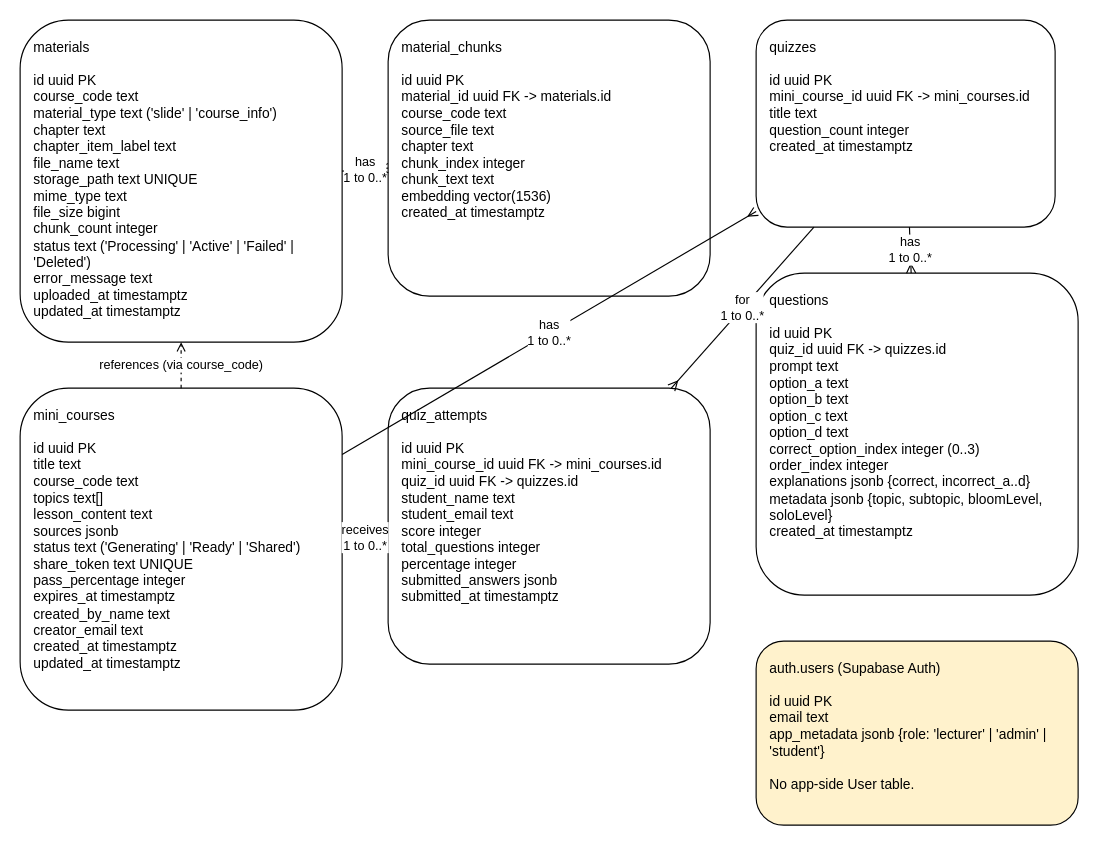
The draw.io diagram documents_psm2/diagrams_source/SRS/drawio/domain_model_ces_sail.drawio in aree6/Quizify, before the edit. Source tidied: cells renumbered, new cells numbered last; positions are measured from the earlier drawing's top-left corner, leaving out a move shared by most shapes. Both pictures are drawn from the tidied source at 115%, with x=0, y=0 at pixel (20, 20).
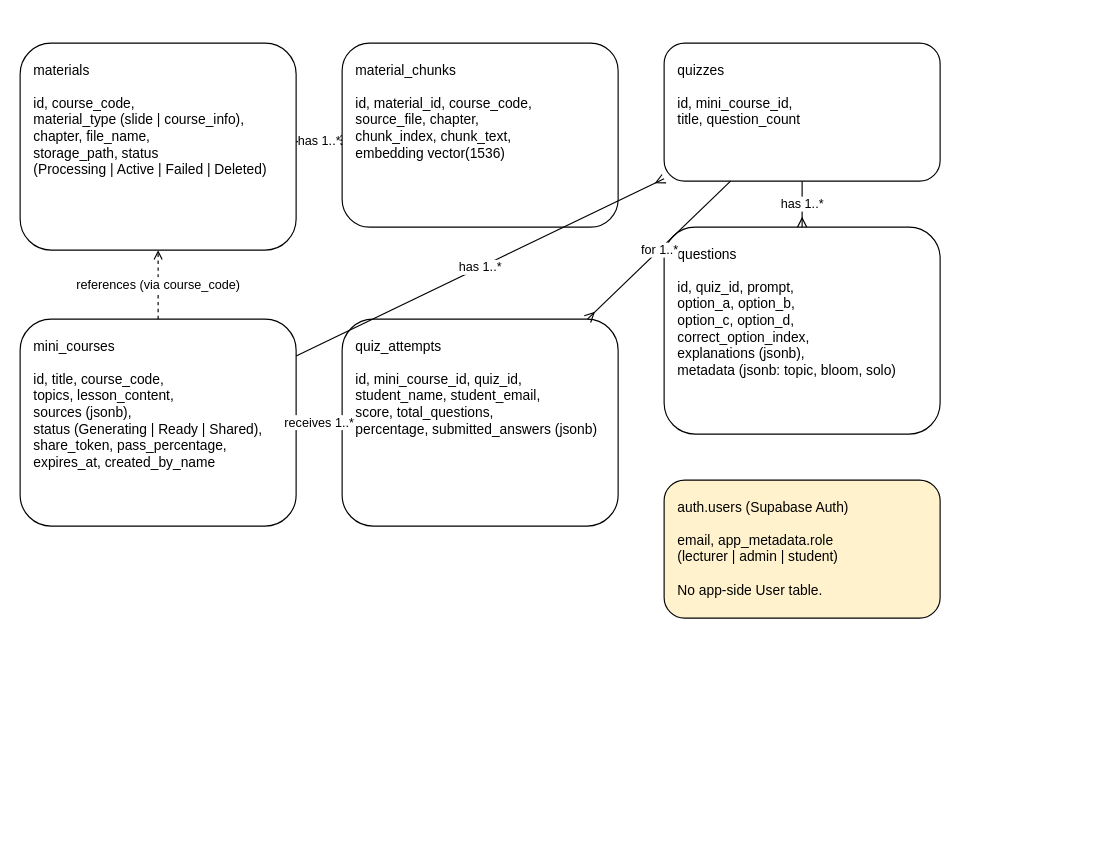
The same page after the edit.

Change to the diagram source:
```diff
@@
 <mxGraphModel>
   <root>
     <mxCell id="0" />
     <mxCell id="1" parent="0" />
-    <mxCell id="2" value="materials&#10;&#10;id              uuid PK&#10;course_code     text&#10;material_type   text  ('slide' | 'course_info')&#10;chapter         text&#10;chapter_item_label text&#10;file_name       text&#10;storage_path    text UNIQUE&#10;mime_type       text&#10;file_size       bigint&#10;chunk_count     integer&#10;status          text  ('Processing' | 'Active' | 'Failed' | 'Deleted')&#10;error_message   text&#10;uploaded_at     timestamptz&#10;updated_at      timestamptz" style="rounded=1;whiteSpace=wrap;html=1;align=left;verticalAlign=top;spacingLeft=10;spacingTop=10;strokeColor=#000000;fillColor=#ffffff;" parent="1" vertex="1">
-      <mxGeometry width="280" height="280" as="geometry" />
+    <mxCell id="2" value="materials&#10;&#10;id, course_code,&#10;material_type (slide | course_info),&#10;chapter, file_name,&#10;storage_path, status&#10;(Processing | Active | Failed | Deleted)" style="rounded=1;whiteSpace=wrap;html=1;align=left;verticalAlign=top;spacingLeft=10;spacingTop=10;strokeColor=#000000;fillColor=#ffffff;" parent="1" vertex="1">
+      <mxGeometry y="20" width="240" height="180" as="geometry" />
     </mxCell>
-    <mxCell id="3" value="material_chunks&#10;&#10;id            uuid PK&#10;material_id   uuid FK -&gt; materials.id&#10;course_code   text&#10;source_file   text&#10;chapter       text&#10;chunk_index   integer&#10;chunk_text    text&#10;embedding     vector(1536)&#10;created_at    timestamptz" style="rounded=1;whiteSpace=wrap;html=1;align=left;verticalAlign=top;spacingLeft=10;spacingTop=10;strokeColor=#000000;fillColor=#ffffff;" parent="1" vertex="1">
-      <mxGeometry x="320" width="280" height="240" as="geometry" />
+    <mxCell id="3" value="material_chunks&#10;&#10;id, material_id, course_code,&#10;source_file, chapter,&#10;chunk_index, chunk_text,&#10;embedding vector(1536)" style="rounded=1;whiteSpace=wrap;html=1;align=left;verticalAlign=top;spacingLeft=10;spacingTop=10;strokeColor=#000000;fillColor=#ffffff;" parent="1" vertex="1">
+      <mxGeometry x="280" y="20" width="240" height="160" as="geometry" />
     </mxCell>
-    <mxCell id="4" value="mini_courses&#10;&#10;id              uuid PK&#10;title           text&#10;course_code     text&#10;topics          text[]&#10;lesson_content  text&#10;sources         jsonb&#10;status          text  ('Generating' | 'Ready' | 'Shared')&#10;share_token     text UNIQUE&#10;pass_percentage integer&#10;expires_at      timestamptz&#10;created_by_name text&#10;creator_email   text&#10;created_at      timestamptz&#10;updated_at      timestamptz" style="rounded=1;whiteSpace=wrap;html=1;align=left;verticalAlign=top;spacingLeft=10;spacingTop=10;strokeColor=#000000;fillColor=#ffffff;" parent="1" vertex="1">
-      <mxGeometry y="320" width="280" height="280" as="geometry" />
+    <mxCell id="4" value="mini_courses&#10;&#10;id, title, course_code,&#10;topics, lesson_content,&#10;sources (jsonb),&#10;status (Generating | Ready | Shared),&#10;share_token, pass_percentage,&#10;expires_at, created_by_name" style="rounded=1;whiteSpace=wrap;html=1;align=left;verticalAlign=top;spacingLeft=10;spacingTop=10;strokeColor=#000000;fillColor=#ffffff;" parent="1" vertex="1">
+      <mxGeometry y="260" width="240" height="180" as="geometry" />
     </mxCell>
-    <mxCell id="5" value="quizzes&#10;&#10;id              uuid PK&#10;mini_course_id  uuid FK -&gt; mini_courses.id&#10;title           text&#10;question_count  integer&#10;created_at      timestamptz" style="rounded=1;whiteSpace=wrap;html=1;align=left;verticalAlign=top;spacingLeft=10;spacingTop=10;strokeColor=#000000;fillColor=#ffffff;" parent="1" vertex="1">
-      <mxGeometry x="640" width="260" height="180" as="geometry" />
+    <mxCell id="5" value="quizzes&#10;&#10;id, mini_course_id,&#10;title, question_count" style="rounded=1;whiteSpace=wrap;html=1;align=left;verticalAlign=top;spacingLeft=10;spacingTop=10;strokeColor=#000000;fillColor=#ffffff;" parent="1" vertex="1">
+      <mxGeometry x="560" y="20" width="240" height="120" as="geometry" />
     </mxCell>
-    <mxCell id="6" value="questions&#10;&#10;id                    uuid PK&#10;quiz_id               uuid FK -&gt; quizzes.id&#10;prompt                text&#10;option_a              text&#10;option_b              text&#10;option_c              text&#10;option_d              text&#10;correct_option_index  integer  (0..3)&#10;order_index           integer&#10;explanations          jsonb    {correct, incorrect_a..d}&#10;metadata              jsonb    {topic, subtopic, bloomLevel, soloLevel}&#10;created_at            timestamptz" style="rounded=1;whiteSpace=wrap;html=1;align=left;verticalAlign=top;spacingLeft=10;spacingTop=10;strokeColor=#000000;fillColor=#ffffff;" parent="1" vertex="1">
-      <mxGeometry x="640" y="220" width="280" height="280" as="geometry" />
+    <mxCell id="6" value="questions&#10;&#10;id, quiz_id, prompt,&#10;option_a, option_b,&#10;option_c, option_d,&#10;correct_option_index,&#10;explanations (jsonb),&#10;metadata (jsonb: topic, bloom, solo)" style="rounded=1;whiteSpace=wrap;html=1;align=left;verticalAlign=top;spacingLeft=10;spacingTop=10;strokeColor=#000000;fillColor=#ffffff;" parent="1" vertex="1">
+      <mxGeometry x="560" y="180" width="240" height="180" as="geometry" />
     </mxCell>
-    <mxCell id="7" value="quiz_attempts&#10;&#10;id                 uuid PK&#10;mini_course_id     uuid FK -&gt; mini_courses.id&#10;quiz_id            uuid FK -&gt; quizzes.id&#10;student_name       text&#10;student_email      text&#10;score              integer&#10;total_questions    integer&#10;percentage         integer&#10;submitted_answers  jsonb&#10;submitted_at       timestamptz" style="rounded=1;whiteSpace=wrap;html=1;align=left;verticalAlign=top;spacingLeft=10;spacingTop=10;strokeColor=#000000;fillColor=#ffffff;" parent="1" vertex="1">
-      <mxGeometry x="320" y="320" width="280" height="240" as="geometry" />
+    <mxCell id="7" value="quiz_attempts&#10;&#10;id, mini_course_id, quiz_id,&#10;student_name, student_email,&#10;score, total_questions,&#10;percentage, submitted_answers (jsonb)" style="rounded=1;whiteSpace=wrap;html=1;align=left;verticalAlign=top;spacingLeft=10;spacingTop=10;strokeColor=#000000;fillColor=#ffffff;" parent="1" vertex="1">
+      <mxGeometry x="280" y="260" width="240" height="180" as="geometry" />
     </mxCell>
-    <mxCell id="8" value="auth.users (Supabase Auth)&#10;&#10;id            uuid PK&#10;email         text&#10;app_metadata  jsonb   {role: 'lecturer' | 'admin' | 'student'}&#10;&#10;No app-side User table." style="rounded=1;whiteSpace=wrap;html=1;align=left;verticalAlign=top;spacingLeft=10;spacingTop=10;strokeColor=#000000;fillColor=#fff2cc;" parent="1" vertex="1">
-      <mxGeometry x="640" y="540" width="280" height="160" as="geometry" />
+    <mxCell id="8" value="auth.users (Supabase Auth)&#10;&#10;email, app_metadata.role&#10;(lecturer | admin | student)&#10;&#10;No app-side User table." style="rounded=1;whiteSpace=wrap;html=1;align=left;verticalAlign=top;spacingLeft=10;spacingTop=10;strokeColor=#000000;fillColor=#fff2cc;" parent="1" vertex="1">
+      <mxGeometry x="560" y="400" width="240" height="120" as="geometry" />
     </mxCell>
-    <mxCell id="9" value="has&#10;1 to 0..*" style="endArrow=ERmany;html=1;strokeColor=#000000;" parent="1" edge="1" source="2" target="3">
+    <mxCell id="9" value="has 1..*" style="endArrow=ERmany;html=1;strokeColor=#000000;" parent="1" edge="1" source="2" target="3">
       <mxGeometry relative="1" as="geometry" />
     </mxCell>
-    <mxCell id="10" value="has&#10;1 to 0..*" style="endArrow=ERmany;html=1;strokeColor=#000000;" parent="1" edge="1" source="4" target="5">
+    <mxCell id="10" value="has 1..*" style="endArrow=ERmany;html=1;strokeColor=#000000;" parent="1" edge="1" source="4" target="5">
       <mxGeometry relative="1" as="geometry" />
     </mxCell>
-    <mxCell id="11" value="has&#10;1 to 0..*" style="endArrow=ERmany;html=1;strokeColor=#000000;" parent="1" edge="1" source="5" target="6">
+    <mxCell id="11" value="has 1..*" style="endArrow=ERmany;html=1;strokeColor=#000000;" parent="1" edge="1" source="5" target="6">
       <mxGeometry relative="1" as="geometry" />
     </mxCell>
-    <mxCell id="12" value="receives&#10;1 to 0..*" style="endArrow=ERmany;html=1;strokeColor=#000000;" parent="1" edge="1" source="4" target="7">
+    <mxCell id="12" value="receives 1..*" style="endArrow=ERmany;html=1;strokeColor=#000000;" parent="1" edge="1" source="4" target="7">
       <mxGeometry relative="1" as="geometry" />
     </mxCell>
-    <mxCell id="13" value="for&#10;1 to 0..*" style="endArrow=ERmany;html=1;strokeColor=#000000;" parent="1" edge="1" source="5" target="7">
+    <mxCell id="13" value="for 1..*" style="endArrow=ERmany;html=1;strokeColor=#000000;" parent="1" edge="1" source="5" target="7">
       <mxGeometry relative="1" as="geometry" />
     </mxCell>
     <mxCell id="14" value="references (via course_code)" style="endArrow=open;html=1;dashed=1;strokeColor=#000000;" parent="1" edge="1" source="4" target="2">
       <mxGeometry relative="1" as="geometry" />
     </mxCell>
   </root>
 </mxGraphModel>
```
